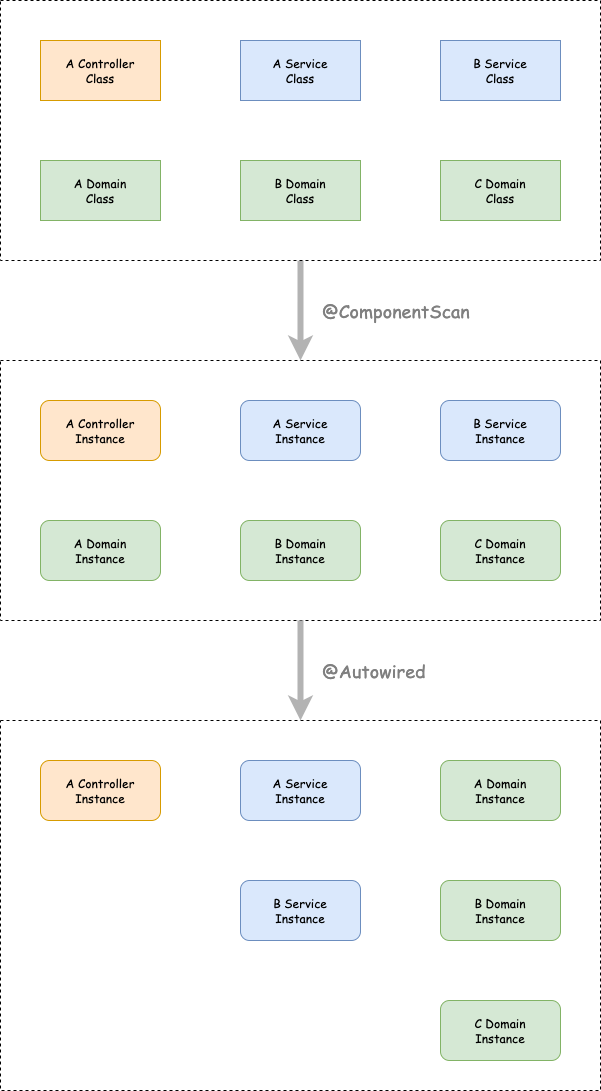
Earlier version of the draw.io export text/images/di.drawio.png (326-T/springboot-handson). Source tidied: cells renumbered, new cells last; positions are measured from the earlier drawing's top-left corner, leaving out a move shared by most shapes.
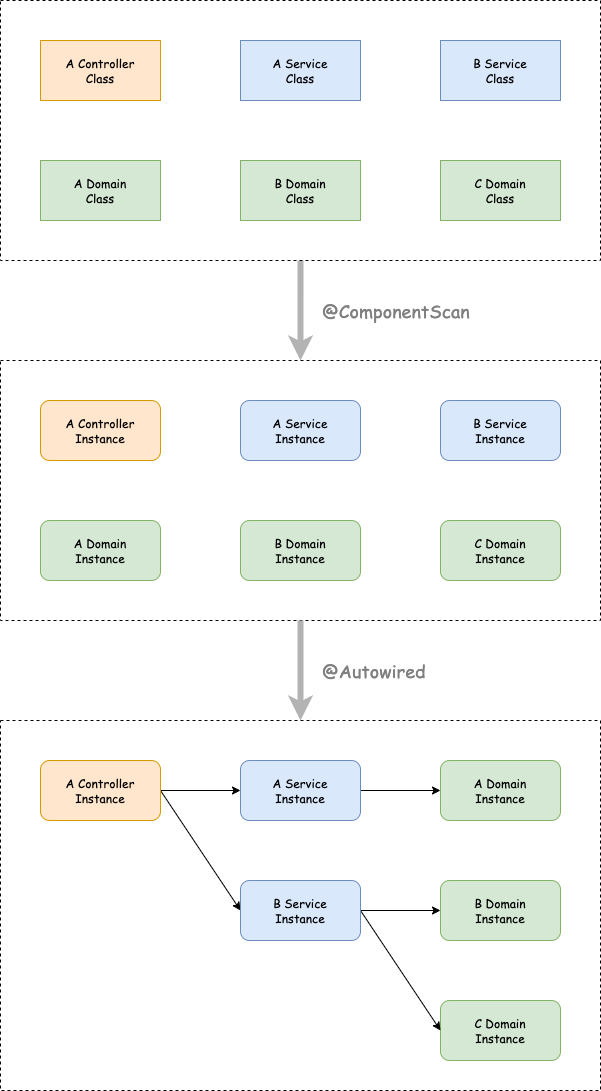
After the change.

What changed in the source:
```diff
@@ -50,15 +50,30 @@
     <mxCell id="17" style="whiteSpace=wrap;html=1;verticalAlign=top;dashed=1;" parent="1" vertex="1">
       <mxGeometry y="720" width="600" height="370" as="geometry" />
     </mxCell>
+    <mxCell id="27" style="edgeStyle=none;html=1;exitX=1;exitY=0.5;exitDx=0;exitDy=0;entryX=0;entryY=0.5;entryDx=0;entryDy=0;" parent="1" edge="1" source="18" target="22">
+      <mxGeometry relative="1" as="geometry" />
+    </mxCell>
     <mxCell id="18" value="A Service&lt;br&gt;Instance" style="whiteSpace=wrap;html=1;rounded=1;fillColor=#dae8fc;strokeColor=#6c8ebf;fontFamily=Comic Sans MS;" parent="1" vertex="1">
       <mxGeometry x="240" y="760" width="120" height="60" as="geometry" />
     </mxCell>
+    <mxCell id="28" style="edgeStyle=none;html=1;exitX=1;exitY=0.5;exitDx=0;exitDy=0;" parent="1" edge="1" source="19" target="18">
+      <mxGeometry relative="1" as="geometry" />
+    </mxCell>
+    <mxCell id="29" style="edgeStyle=none;html=1;exitX=1;exitY=0.5;exitDx=0;exitDy=0;entryX=0;entryY=0.5;entryDx=0;entryDy=0;" parent="1" edge="1" source="19" target="21">
+      <mxGeometry relative="1" as="geometry" />
+    </mxCell>
     <mxCell id="19" value="A Controller&lt;br&gt;Instance" style="whiteSpace=wrap;html=1;rounded=1;fillColor=#ffe6cc;strokeColor=#d79b00;fontFamily=Comic Sans MS;" parent="1" vertex="1">
       <mxGeometry x="40" y="760" width="120" height="60" as="geometry" />
     </mxCell>
     <mxCell id="20" value="C Domain&lt;br&gt;Instance" style="whiteSpace=wrap;html=1;rounded=1;fillColor=#d5e8d4;strokeColor=#82b366;fontFamily=Comic Sans MS;" parent="1" vertex="1">
       <mxGeometry x="440" y="1000" width="120" height="60" as="geometry" />
     </mxCell>
+    <mxCell id="30" style="edgeStyle=none;html=1;exitX=1;exitY=0.5;exitDx=0;exitDy=0;" parent="1" edge="1" source="21" target="23">
+      <mxGeometry relative="1" as="geometry" />
+    </mxCell>
+    <mxCell id="31" style="edgeStyle=none;html=1;exitX=1;exitY=0.5;exitDx=0;exitDy=0;entryX=0;entryY=0.5;entryDx=0;entryDy=0;" parent="1" edge="1" source="21" target="20">
+      <mxGeometry relative="1" as="geometry" />
+    </mxCell>
     <mxCell id="21" value="B Service&lt;br&gt;Instance" style="whiteSpace=wrap;html=1;rounded=1;fillColor=#dae8fc;strokeColor=#6c8ebf;fontFamily=Comic Sans MS;" parent="1" vertex="1">
       <mxGeometry x="240" y="880" width="120" height="60" as="geometry" />
     </mxCell>
```
